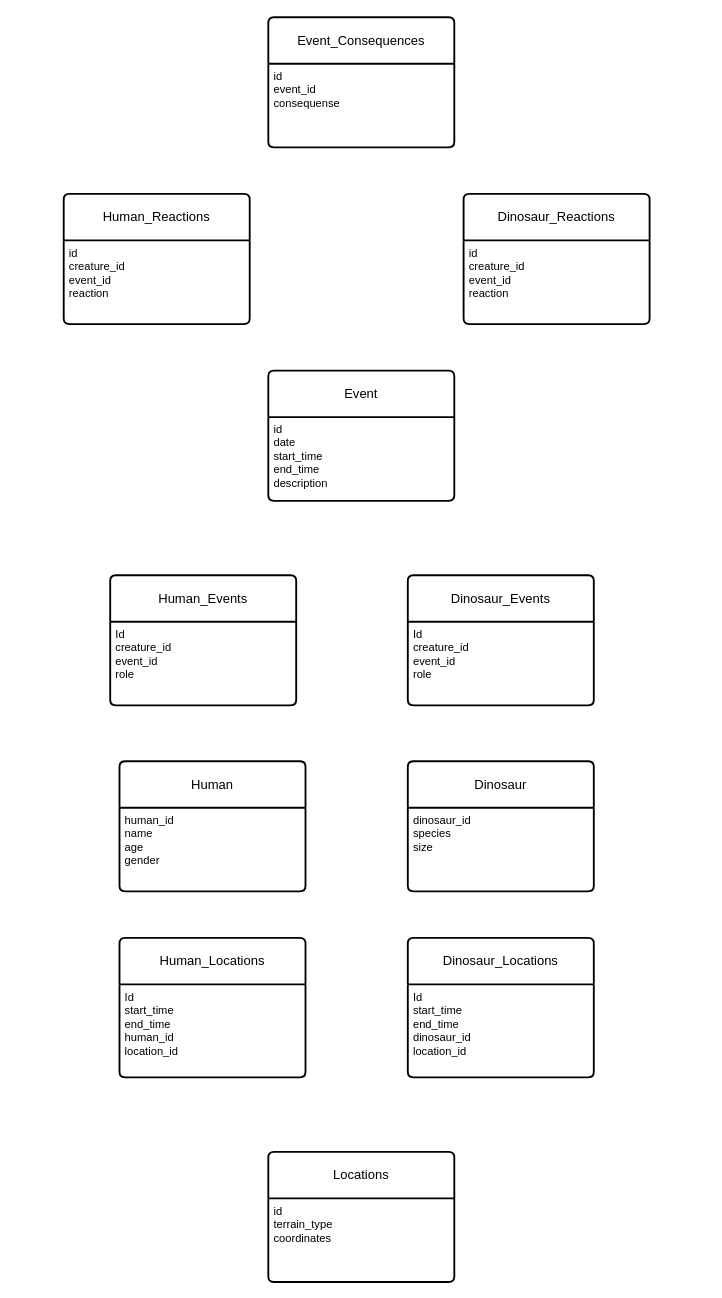
Earlier version of the draw.io diagram DataBases/lab1/diagrams/infological.drawio (Megadeth2006/ITMO_files). Source tidied: cells renumbered, new cells numbered last; positions are measured from the earlier drawing's top-left corner, leaving out a move shared by most shapes. Both pictures are drawn from the tidied source at 93%, with x=0, y=0 at pixel (63, 17).
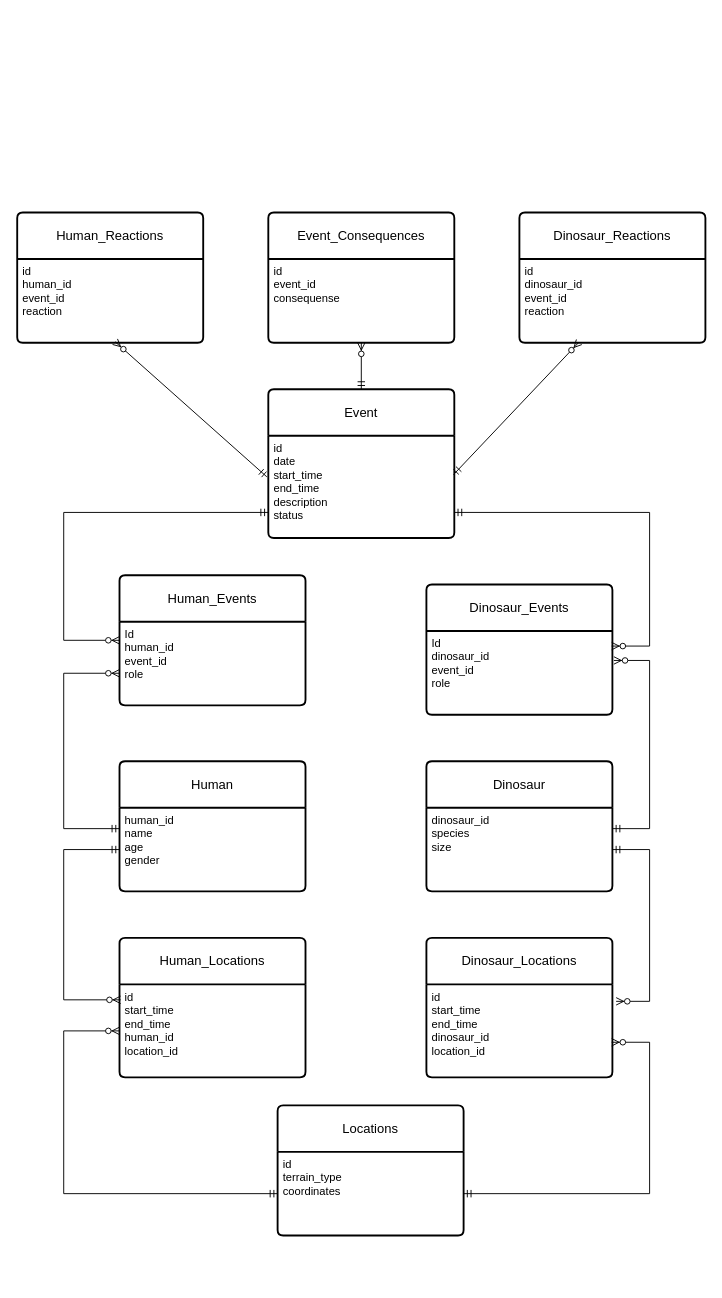
Above is the later version.

The change refers to these unchanged cells:
```xml
<mxCell id="3" value="id&lt;div&gt;terrain_type&lt;/div&gt;&lt;div&gt;&lt;span style=&quot;background-color: transparent; color: light-dark(rgb(0, 0, 0), rgb(255, 255, 255));&quot;&gt;coordinates&lt;/span&gt;&lt;/div&gt;&lt;div&gt;&lt;br&gt;&lt;/div&gt;" style="align=left;strokeColor=none;fillColor=none;spacingLeft=4;fontSize=12;verticalAlign=top;html=1;" parent="2" vertex="1">
  <mxGeometry y="50" width="200" height="90" as="geometry" />
</mxCell>
<mxCell id="7" value="id&lt;div&gt;&lt;div&gt;event_id&lt;/div&gt;&lt;div&gt;consequense&lt;/div&gt;&lt;/div&gt;" style="align=left;strokeColor=none;fillColor=none;spacingLeft=4;fontSize=12;verticalAlign=top;html=1;" parent="6" vertex="1">
  <mxGeometry y="50" width="200" height="90" as="geometry" />
</mxCell>
<mxCell id="10" value="Human_Locations" style="swimlane;horizontal=1;startSize=50;rounded=1;fontSize=14;fontStyle=0;strokeWidth=2;shadow=0;dashed=0;align=center;arcSize=4;whiteSpace=wrap;html=1;" parent="1" vertex="1">
  <mxGeometry x="60" y="990" width="200" height="150" as="geometry" />
</mxCell>
<mxCell id="15" value="&lt;div&gt;human_id&lt;/div&gt;name&lt;div&gt;age&lt;/div&gt;&lt;div&gt;gender&lt;/div&gt;" style="align=left;strokeColor=none;fillColor=none;spacingLeft=4;fontSize=12;verticalAlign=top;html=1;" parent="14" vertex="1">
  <mxGeometry y="50" width="200" height="90" as="geometry" />
</mxCell>
<mxCell id="17" value="&lt;div&gt;dinosaur_id&lt;/div&gt;species&lt;div&gt;size&lt;/div&gt;" style="align=left;strokeColor=none;fillColor=none;spacingLeft=4;fontSize=12;verticalAlign=top;html=1;" parent="16" vertex="1">
  <mxGeometry y="50" width="200" height="90" as="geometry" />
</mxCell>
```

What changed in the source:
```diff
@@
+    <mxCell id="24" style="edgeStyle=none;rounded=0;jettySize=auto;html=1;" parent="1" edge="1" source="13" target="12">
+      <mxGeometry relative="1" as="geometry" />
+    </mxCell>
+    <mxCell id="25" style="edgeStyle=none;rounded=0;jettySize=auto;html=1;" parent="1" edge="1" source="23" target="22">
+      <mxGeometry relative="1" as="geometry" />
+    </mxCell>
     <mxCell id="2" value="Locations" style="swimlane;horizontal=1;startSize=50;rounded=1;fontSize=14;fontStyle=0;strokeWidth=2;shadow=0;dashed=0;align=center;arcSize=4;whiteSpace=wrap;html=1;" parent="1" vertex="1">
-      <mxGeometry x="220" y="1220" width="200" height="140" as="geometry" />
+      <mxGeometry x="230" y="1170" width="200" height="140" as="geometry" />
     </mxCell>
@@
     <mxCell id="4" value="Human_Events" style="swimlane;horizontal=1;startSize=50;rounded=1;fontSize=14;fontStyle=0;strokeWidth=2;shadow=0;dashed=0;align=center;arcSize=4;whiteSpace=wrap;html=1;" parent="1" vertex="1">
-      <mxGeometry x="50" y="600" width="200" height="140" as="geometry" />
+      <mxGeometry x="60" y="600" width="200" height="140" as="geometry" />
     </mxCell>
-    <mxCell id="5" value="Id&lt;div&gt;&lt;div&gt;creature_id&lt;/div&gt;&lt;div&gt;event_id&lt;br&gt;&lt;div&gt;role&lt;/div&gt;&lt;/div&gt;&lt;/div&gt;" style="align=left;strokeColor=none;fillColor=none;spacingLeft=4;fontSize=12;verticalAlign=top;html=1;" parent="4" vertex="1">
+    <mxCell id="5" value="Id&lt;div&gt;&lt;div&gt;human_id&lt;/div&gt;&lt;div&gt;event_id&lt;br&gt;&lt;div&gt;role&lt;/div&gt;&lt;/div&gt;&lt;/div&gt;" style="align=left;strokeColor=none;fillColor=none;spacingLeft=4;fontSize=12;verticalAlign=top;html=1;" parent="4" vertex="1">
       <mxGeometry y="50" width="200" height="90" as="geometry" />
     </mxCell>
     <mxCell id="6" value="Event_Consequences" style="swimlane;horizontal=1;startSize=50;rounded=1;fontSize=14;fontStyle=0;strokeWidth=2;shadow=0;dashed=0;align=center;arcSize=4;whiteSpace=wrap;html=1;" parent="1" vertex="1">
-      <mxGeometry x="220" width="200" height="140" as="geometry" />
+      <mxGeometry x="220" y="210" width="200" height="140" as="geometry" />
     </mxCell>
@@
     <mxCell id="8" value="Event" style="swimlane;horizontal=1;startSize=50;rounded=1;fontSize=14;fontStyle=0;strokeWidth=2;shadow=0;dashed=0;align=center;arcSize=4;whiteSpace=wrap;html=1;" parent="1" vertex="1">
-      <mxGeometry x="220" y="380" width="200" height="140" as="geometry" />
+      <mxGeometry x="220" y="400" width="200" height="160" as="geometry" />
     </mxCell>
-    <mxCell id="9" value="id&lt;div&gt;date&lt;/div&gt;&lt;div&gt;&lt;div&gt;start_time&lt;/div&gt;&lt;div&gt;end_time&lt;/div&gt;&lt;/div&gt;&lt;div&gt;description&lt;/div&gt;" style="align=left;strokeColor=none;fillColor=none;spacingLeft=4;fontSize=12;verticalAlign=top;html=1;" parent="8" vertex="1">
-      <mxGeometry y="50" width="200" height="90" as="geometry" />
+    <mxCell id="9" value="id&lt;div&gt;date&lt;/div&gt;&lt;div&gt;&lt;div&gt;start_time&lt;/div&gt;&lt;div&gt;end_time&lt;/div&gt;&lt;/div&gt;&lt;div&gt;description&lt;/div&gt;&lt;div&gt;status&lt;/div&gt;" style="align=left;strokeColor=none;fillColor=none;spacingLeft=4;fontSize=12;verticalAlign=top;html=1;" parent="8" vertex="1">
+      <mxGeometry y="50" width="200" height="110" as="geometry" />
     </mxCell>
@@
-    <mxCell id="11" value="Id&lt;div&gt;start_time&lt;/div&gt;&lt;div&gt;end_time&lt;br&gt;&lt;div&gt;human_id&lt;/div&gt;&lt;div&gt;&lt;div&gt;location_id&lt;/div&gt;&lt;/div&gt;&lt;/div&gt;" style="align=left;strokeColor=none;fillColor=none;spacingLeft=4;fontSize=12;verticalAlign=top;html=1;" parent="10" vertex="1">
+    <mxCell id="11" value="id&lt;div&gt;start_time&lt;/div&gt;&lt;div&gt;end_time&lt;br&gt;&lt;div&gt;human_id&lt;/div&gt;&lt;div&gt;&lt;div&gt;location_id&lt;/div&gt;&lt;/div&gt;&lt;/div&gt;" style="align=left;strokeColor=none;fillColor=none;spacingLeft=4;fontSize=12;verticalAlign=top;html=1;" parent="10" vertex="1">
       <mxGeometry y="50" width="200" height="100" as="geometry" />
     </mxCell>
     <mxCell id="12" value="Dinosaur_Reactions" style="swimlane;horizontal=1;startSize=50;rounded=1;fontSize=14;fontStyle=0;strokeWidth=2;shadow=0;dashed=0;align=center;arcSize=4;whiteSpace=wrap;html=1;" parent="1" vertex="1">
-      <mxGeometry x="430" y="190" width="200" height="140" as="geometry" />
+      <mxGeometry x="490" y="210" width="200" height="140" as="geometry" />
     </mxCell>
-    <mxCell id="13" value="id&lt;div&gt;&lt;div&gt;creature_id&lt;/div&gt;&lt;div&gt;event_id&lt;/div&gt;&lt;div&gt;reaction&lt;/div&gt;&lt;/div&gt;" style="align=left;strokeColor=none;fillColor=none;spacingLeft=4;fontSize=12;verticalAlign=top;html=1;" parent="12" vertex="1">
+    <mxCell id="13" value="id&lt;div&gt;&lt;div&gt;dinosaur_id&lt;/div&gt;&lt;div&gt;event_id&lt;/div&gt;&lt;div&gt;reaction&lt;/div&gt;&lt;/div&gt;" style="align=left;strokeColor=none;fillColor=none;spacingLeft=4;fontSize=12;verticalAlign=top;html=1;" parent="12" vertex="1">
       <mxGeometry y="50" width="200" height="90" as="geometry" />
     </mxCell>
@@
     <mxCell id="16" value="Dinosaur" style="swimlane;horizontal=1;startSize=50;rounded=1;fontSize=14;fontStyle=0;strokeWidth=2;shadow=0;dashed=0;align=center;arcSize=4;whiteSpace=wrap;html=1;" parent="1" vertex="1">
-      <mxGeometry x="370" y="800" width="200" height="140" as="geometry" />
+      <mxGeometry x="390" y="800" width="200" height="140" as="geometry" />
     </mxCell>
@@
     <mxCell id="18" value="Human_Reactions" style="swimlane;horizontal=1;startSize=50;rounded=1;fontSize=14;fontStyle=0;strokeWidth=2;shadow=0;dashed=0;align=center;arcSize=4;whiteSpace=wrap;html=1;" parent="1" vertex="1">
-      <mxGeometry y="190" width="200" height="140" as="geometry" />
+      <mxGeometry x="-50" y="210" width="200" height="140" as="geometry" />
     </mxCell>
-    <mxCell id="19" value="id&lt;div&gt;&lt;div&gt;creature_id&lt;/div&gt;&lt;div&gt;event_id&lt;/div&gt;&lt;div&gt;reaction&lt;/div&gt;&lt;/div&gt;" style="align=left;strokeColor=none;fillColor=none;spacingLeft=4;fontSize=12;verticalAlign=top;html=1;" parent="18" vertex="1">
+    <mxCell id="19" value="id&lt;div&gt;&lt;div&gt;human_id&lt;/div&gt;&lt;div&gt;event_id&lt;/div&gt;&lt;div&gt;reaction&lt;/div&gt;&lt;/div&gt;" style="align=left;strokeColor=none;fillColor=none;spacingLeft=4;fontSize=12;verticalAlign=top;html=1;" parent="18" vertex="1">
       <mxGeometry y="50" width="200" height="90" as="geometry" />
     </mxCell>
     <mxCell id="20" value="Dinosaur_Locations" style="swimlane;horizontal=1;startSize=50;rounded=1;fontSize=14;fontStyle=0;strokeWidth=2;shadow=0;dashed=0;align=center;arcSize=4;whiteSpace=wrap;html=1;" parent="1" vertex="1">
-      <mxGeometry x="370" y="990" width="200" height="150" as="geometry" />
+      <mxGeometry x="390" y="990" width="200" height="150" as="geometry" />
     </mxCell>
-    <mxCell id="21" value="Id&lt;div&gt;start_time&lt;/div&gt;&lt;div&gt;end_time&lt;br&gt;&lt;div&gt;dinosaur_id&lt;/div&gt;&lt;div&gt;&lt;div&gt;location_id&lt;/div&gt;&lt;/div&gt;&lt;/div&gt;" style="align=left;strokeColor=none;fillColor=none;spacingLeft=4;fontSize=12;verticalAlign=top;html=1;" parent="20" vertex="1">
+    <mxCell id="21" value="id&lt;div&gt;start_time&lt;/div&gt;&lt;div&gt;end_time&lt;br&gt;&lt;div&gt;dinosaur_id&lt;/div&gt;&lt;div&gt;&lt;div&gt;location_id&lt;/div&gt;&lt;/div&gt;&lt;/div&gt;" style="align=left;strokeColor=none;fillColor=none;spacingLeft=4;fontSize=12;verticalAlign=top;html=1;" parent="20" vertex="1">
       <mxGeometry y="50" width="200" height="100" as="geometry" />
     </mxCell>
     <mxCell id="22" value="Dinosaur_Events" style="swimlane;horizontal=1;startSize=50;rounded=1;fontSize=14;fontStyle=0;strokeWidth=2;shadow=0;dashed=0;align=center;arcSize=4;whiteSpace=wrap;html=1;" parent="1" vertex="1">
-      <mxGeometry x="370" y="600" width="200" height="140" as="geometry" />
+      <mxGeometry x="390" y="610" width="200" height="140" as="geometry" />
     </mxCell>
-    <mxCell id="23" value="Id&lt;div&gt;&lt;div&gt;creature_id&lt;/div&gt;&lt;div&gt;event_id&lt;br&gt;&lt;div&gt;role&lt;/div&gt;&lt;/div&gt;&lt;/div&gt;" style="align=left;strokeColor=none;fillColor=none;spacingLeft=4;fontSize=12;verticalAlign=top;html=1;" parent="22" vertex="1">
+    <mxCell id="23" value="Id&lt;div&gt;&lt;div&gt;dinosaur_id&lt;/div&gt;&lt;div&gt;event_id&lt;br&gt;&lt;div&gt;role&lt;/div&gt;&lt;/div&gt;&lt;/div&gt;" style="align=left;strokeColor=none;fillColor=none;spacingLeft=4;fontSize=12;verticalAlign=top;html=1;" parent="22" vertex="1">
       <mxGeometry y="50" width="200" height="90" as="geometry" />
     </mxCell>
+    <mxCell id="26" style="fontSize=12;html=1;endArrow=ERzeroToMany;startArrow=ERmandOne;rounded=0;exitX=1;exitY=0.25;exitDx=0;exitDy=0;entryX=1.008;entryY=0.352;entryDx=0;entryDy=0;entryPerimeter=0;edgeStyle=elbowEdgeStyle;" parent="1" edge="1" source="17" target="23">
+      <mxGeometry relative="1" as="geometry">
+        <Array as="points">
+          <mxPoint x="630" y="770" />
+        </Array>
+      </mxGeometry>
+    </mxCell>
+    <mxCell id="27" style="edgeStyle=elbowEdgeStyle;fontSize=12;html=1;endArrow=ERzeroToMany;startArrow=ERmandOne;rounded=0;entryX=0;entryY=0.616;entryDx=0;entryDy=0;entryPerimeter=0;exitX=0;exitY=0.25;exitDx=0;exitDy=0;" parent="1" edge="1" source="15" target="5">
+      <mxGeometry relative="1" as="geometry">
+        <Array as="points">
+          <mxPoint y="780" />
+        </Array>
+      </mxGeometry>
+    </mxCell>
+    <mxCell id="28" style="edgeStyle=elbowEdgeStyle;fontSize=12;html=1;endArrow=ERzeroToMany;startArrow=ERmandOne;rounded=0;entryX=0;entryY=0.5;entryDx=0;entryDy=0;exitX=0;exitY=0.75;exitDx=0;exitDy=0;" parent="1" edge="1" source="9" target="4">
+      <mxGeometry relative="1" as="geometry">
+        <Array as="points">
+          <mxPoint y="570" />
+        </Array>
+      </mxGeometry>
+    </mxCell>
+    <mxCell id="29" style="edgeStyle=elbowEdgeStyle;fontSize=12;html=1;endArrow=ERzeroToMany;startArrow=ERmandOne;rounded=0;exitX=1;exitY=0.75;exitDx=0;exitDy=0;entryX=0.996;entryY=0.18;entryDx=0;entryDy=0;entryPerimeter=0;" parent="1" edge="1" source="9" target="23">
+      <mxGeometry relative="1" as="geometry">
+        <Array as="points">
+          <mxPoint x="630" y="580" />
+        </Array>
+      </mxGeometry>
+    </mxCell>
+    <mxCell id="30" style="edgeStyle=elbowEdgeStyle;fontSize=12;html=1;endArrow=ERzeroToMany;startArrow=ERmandOne;rounded=0;exitX=0;exitY=0.5;exitDx=0;exitDy=0;entryX=0.006;entryY=0.166;entryDx=0;entryDy=0;entryPerimeter=0;" parent="1" edge="1" source="15" target="11">
+      <mxGeometry relative="1" as="geometry">
+        <Array as="points">
+          <mxPoint y="970" />
+        </Array>
+      </mxGeometry>
+    </mxCell>
+    <mxCell id="31" style="edgeStyle=elbowEdgeStyle;fontSize=12;html=1;endArrow=ERzeroToMany;startArrow=ERmandOne;rounded=0;entryX=1.02;entryY=0.182;entryDx=0;entryDy=0;entryPerimeter=0;exitX=1;exitY=0.5;exitDx=0;exitDy=0;" parent="1" edge="1" source="17" target="21">
+      <mxGeometry relative="1" as="geometry">
+        <Array as="points">
+          <mxPoint x="630" y="970" />
+        </Array>
+      </mxGeometry>
+    </mxCell>
+    <mxCell id="32" style="edgeStyle=elbowEdgeStyle;fontSize=12;html=1;endArrow=ERzeroToMany;startArrow=ERmandOne;rounded=0;entryX=0;entryY=0.5;entryDx=0;entryDy=0;exitX=0;exitY=0.5;exitDx=0;exitDy=0;" parent="1" edge="1" source="3" target="11">
+      <mxGeometry relative="1" as="geometry">
+        <Array as="points">
+          <mxPoint y="1200" />
+        </Array>
+      </mxGeometry>
+    </mxCell>
+    <mxCell id="33" style="edgeStyle=elbowEdgeStyle;fontSize=12;html=1;endArrow=ERzeroToMany;startArrow=ERmandOne;rounded=0;exitX=1;exitY=0.5;exitDx=0;exitDy=0;entryX=0.996;entryY=0.622;entryDx=0;entryDy=0;entryPerimeter=0;" parent="1" edge="1" source="3" target="21">
+      <mxGeometry relative="1" as="geometry">
+        <Array as="points">
+          <mxPoint x="630" y="1200" />
+        </Array>
+      </mxGeometry>
+    </mxCell>
+    <mxCell id="34" style="fontSize=12;html=1;endArrow=ERzeroToMany;startArrow=ERmandOne;rounded=0;exitX=0.5;exitY=0;exitDx=0;exitDy=0;" parent="1" edge="1" source="8" target="7">
+      <mxGeometry relative="1" as="geometry" />
+    </mxCell>
+    <mxCell id="35" style="fontSize=12;html=1;endArrow=ERzeroToMany;startArrow=ERmandOne;rounded=0;exitX=-0.008;exitY=0.402;exitDx=0;exitDy=0;exitPerimeter=0;entryX=0.526;entryY=0.988;entryDx=0;entryDy=0;entryPerimeter=0;" parent="1" edge="1" source="9" target="19">
+      <mxGeometry relative="1" as="geometry" />
+    </mxCell>
+    <mxCell id="36" style="fontSize=12;html=1;endArrow=ERzeroToMany;startArrow=ERmandOne;rounded=0;entryX=0.321;entryY=0.992;entryDx=0;entryDy=0;entryPerimeter=0;exitX=0.996;exitY=0.38;exitDx=0;exitDy=0;exitPerimeter=0;" parent="1" edge="1" source="9" target="13">
+      <mxGeometry relative="1" as="geometry" />
+    </mxCell>
```
